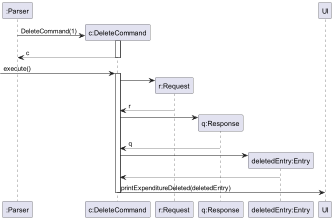
nus-cs2113-AY2223S2/tp keeps this PlantUML diagram as docs/static/DeleteCommandSequenceDiagram.png. Above is the earlier version.
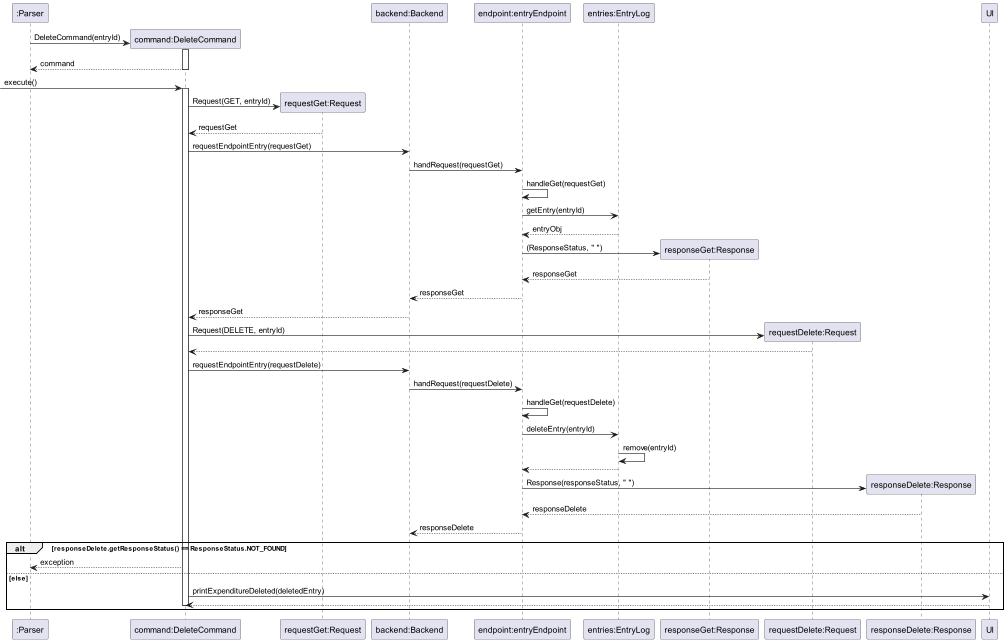
The same diagram one commit later.

Commit message:
Update sequence diagram

Diff of the diagram source:
```diff
@@ -1,24 +1,52 @@
 @startuml
 
 participant ":Parser" as Parser
-participant "c:DeleteCommand" as DeleteCommand
-participant "r:Request" as Request
-participant "q:Response" as Response
-participant "deletedEntry:Entry" as Entry
+participant "command:DeleteCommand" as DeleteCommand
+participant "requestGet:Request" as RequestGet
+participant "backend:Backend" as Backend
+participant "endpoint:entryEndpoint" as Endpoint
+participant "entries:EntryLog" as EntryLog
+participant "responseGet:Response" as ResponseGet
+participant "requestDelete:Request" as RequestDelete
+participant "responseDelete:Response" as ResponseDelete
 participant "UI" as UI
 
-Parser -> DeleteCommand ** : DeleteCommand(1)
+Parser -> DeleteCommand ** : DeleteCommand(entryId)
 activate DeleteCommand
-return c
+return command
 
 -> DeleteCommand :execute()
 activate DeleteCommand
-DeleteCommand -> Request **
-Request --> DeleteCommand : r
-DeleteCommand -> Response **
-Response --> DeleteCommand : q
-DeleteCommand -> Entry **
-Entry --> DeleteCommand
-DeleteCommand -> UI:printExpenditureDeleted(deletedEntry)
-deactivate DeleteCommand
+DeleteCommand -> RequestGet ** : Request(GET, entryId)
+RequestGet --> DeleteCommand : requestGet
+DeleteCommand -> Backend : requestEndpointEntry(requestGet)
+Backend -> Endpoint : handRequest(requestGet)
+Endpoint -> Endpoint : handleGet(requestGet)
+Endpoint -> EntryLog : getEntry(entryId)
+EntryLog --> Endpoint : entryObj
+Endpoint -> ResponseGet ** : (ResponseStatus, " ")
+ResponseGet --> Endpoint : responseGet
+Endpoint -->Backend: responseGet
+Backend --> DeleteCommand : responseGet
+
+DeleteCommand -> RequestDelete ** : Request(DELETE, entryId)
+RequestDelete --> DeleteCommand
+DeleteCommand -> Backend : requestEndpointEntry(requestDelete)
+Backend -> Endpoint : handRequest(requestDelete)
+Endpoint -> Endpoint : handleGet(requestDelete)
+Endpoint -> EntryLog : deleteEntry(entryId)
+EntryLog -> EntryLog : remove(entryId)
+EntryLog --> Endpoint
+Endpoint -> ResponseDelete ** : Response(responseStatus, " ")
+ResponseDelete --> Endpoint : responseDelete
+Endpoint --> Backend : responseDelete
+
+
+alt responseDelete.getResponseStatus() == ResponseStatus.NOT_FOUND
+    DeleteCommand --> Parser : exception
+else else
+    DeleteCommand -> UI:printExpenditureDeleted(deletedEntry)
+    UI --> DeleteCommand
+    deactivate DeleteCommand
+end
 @enduml
```
